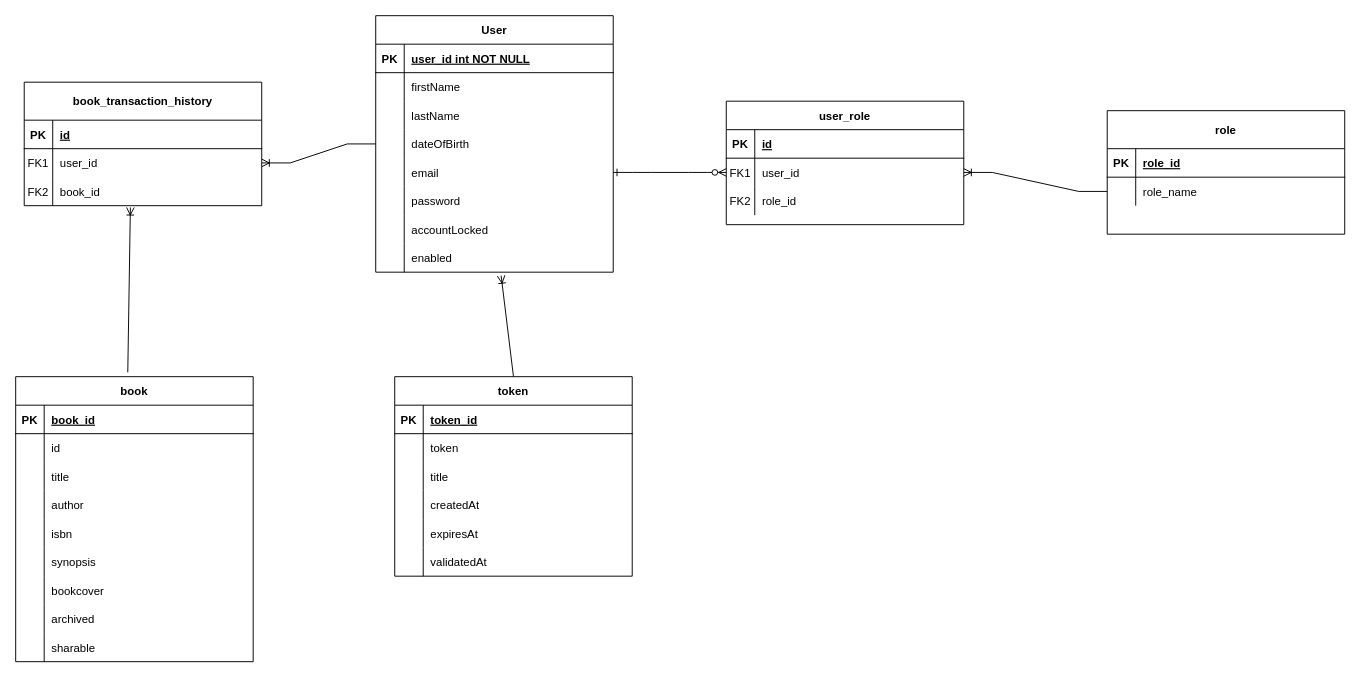
Above: database_erd.drawio in sukrut57/book-social-network (draw.io), before the change. Source tidied: cells renumbered, new cells numbered last; positions are measured from the earlier drawing's top-left corner, leaving out a move shared by most shapes. Both pictures are drawn from the tidied source at 95%, with x=0, y=0 at pixel (15, 15).
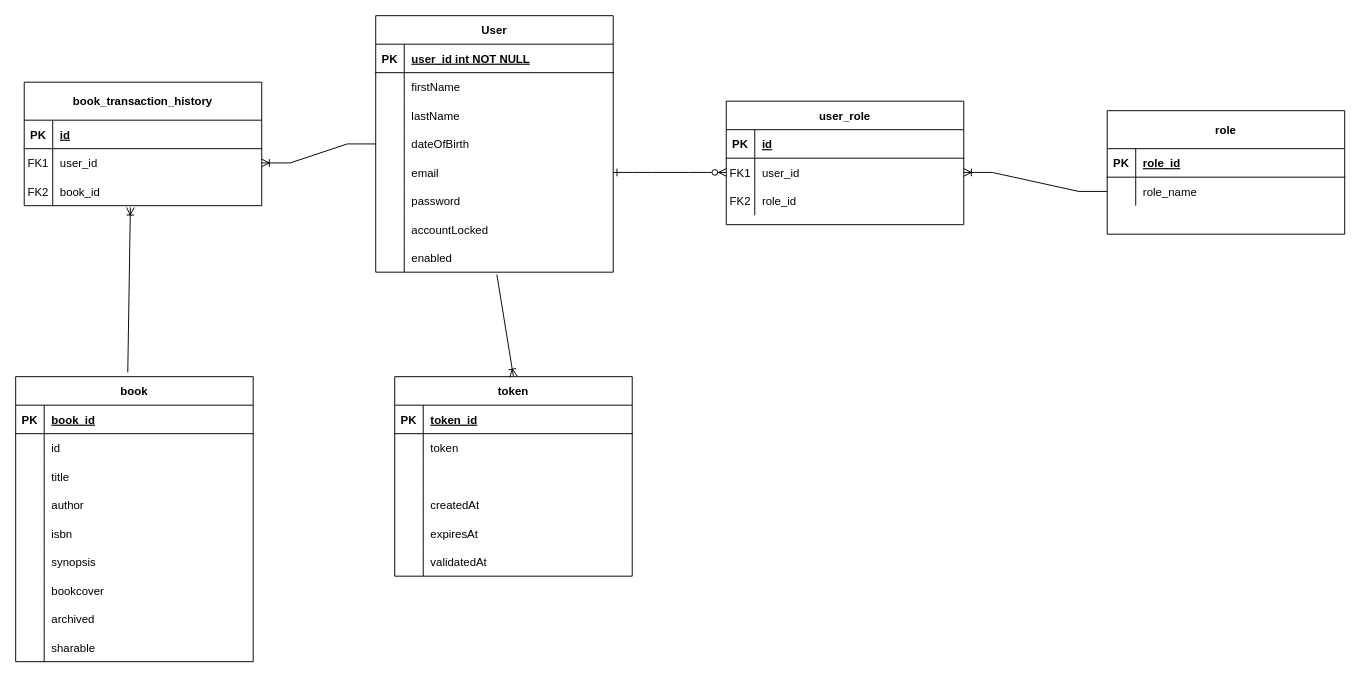
The same page after the edit.

Unchanged cells that the change refers to:
```xml
<mxCell id="25" style="shape=partialRectangle;fillColor=none;points=[[0,0.5],[1,0.5]];portConstraint=eastwest;top=0;left=0;right=0;bottom=0;" parent="3" vertex="1">
  <mxGeometry y="240" width="250" height="30" as="geometry" />
</mxCell>
<mxCell id="86" value="token" style="shape=table;startSize=30;childLayout=tableLayout;rowLines=0;fontStyle=1;align=center;" parent="1" vertex="1">
  <mxGeometry x="399" y="380" width="250" height="210" as="geometry" />
</mxCell>
<mxCell id="93" style="shape=partialRectangle;fillColor=none;top=0;left=0;right=0;bottom=0;" parent="86" vertex="1">
  <mxGeometry y="90" width="250" height="30" as="geometry" />
</mxCell>
```

Diff of the diagram source:
```diff
@@
-    <mxCell id="95" value="title" style="shape=partialRectangle;overflow=hidden;fillColor=none;top=0;left=0;bottom=0;right=0;align=left;spacingLeft=6;" parent="93" vertex="1">
+    <mxCell id="95" style="shape=partialRectangle;overflow=hidden;fillColor=none;top=0;left=0;bottom=0;right=0;align=left;spacingLeft=6;" parent="93" vertex="1">
       <mxGeometry x="30" width="220" height="30" as="geometry" />
     </mxCell>
@@
-    <mxCell id="105" style="fontSize=12;html=1;endArrow=ERoneToMany;rounded=0;strokeColor=default;align=center;verticalAlign=middle;fontFamily=Helvetica;fontColor=default;labelBackgroundColor=default;exitX=0.5;exitY=0;exitDx=0;exitDy=0;entryX=0.528;entryY=1.122;entryDx=0;entryDy=0;entryPerimeter=0;" parent="1" edge="1" source="86" target="25">
+    <mxCell id="105" style="fontSize=12;html=1;endArrow=ERoneToMany;rounded=0;strokeColor=default;align=center;verticalAlign=middle;fontFamily=Helvetica;fontColor=default;labelBackgroundColor=default;exitX=0.51;exitY=1.083;exitDx=0;exitDy=0;exitPerimeter=0;entryX=0.5;entryY=0;entryDx=0;entryDy=0;" parent="1" edge="1" source="25" target="86">
       <mxGeometry relative="1" as="geometry" />
     </mxCell>
```
